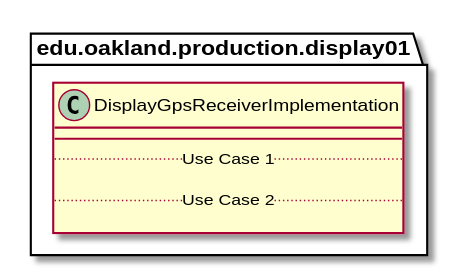
Earlier version of the PlantUML export docs/uml-class-diagrams/display01/production/DisplayGpsReceiverImplementation/DisplayGpsReceiverImplementation.svg (elilley15/csi-3370-software-project). Source of this version:
```plantuml
@startuml DisplayGpsReceiverImplementation

package edu.oakland.production.display01 {
    class DisplayGpsReceiverImplementation {
        __
        .. Use Case 1 ..

        .. Use Case 2 ..

    }
}

@enduml
```
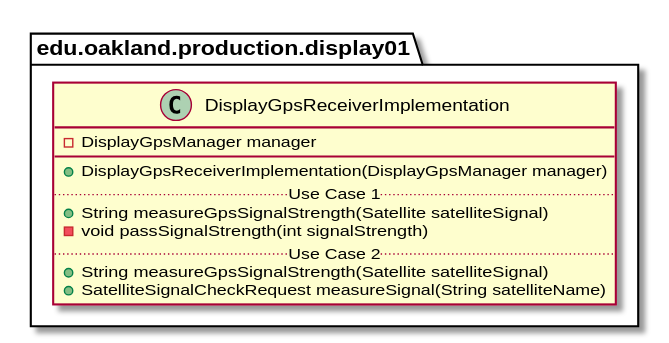
After the commit.

The edit, as a diff of the source:
```diff
@@ -2,11 +2,15 @@
 
 package edu.oakland.production.display01 {
     class DisplayGpsReceiverImplementation {
+        - DisplayGpsManager manager
         __
+        + DisplayGpsReceiverImplementation(DisplayGpsManager manager)
         .. Use Case 1 ..
-
+        + String measureGpsSignalStrength(Satellite satelliteSignal)
+        - void passSignalStrength(int signalStrength)
         .. Use Case 2 ..
-
+        + String measureGpsSignalStrength(Satellite satelliteSignal)
+        + SatelliteSignalCheckRequest measureSignal(String satelliteName)
     }
 }
 
```
